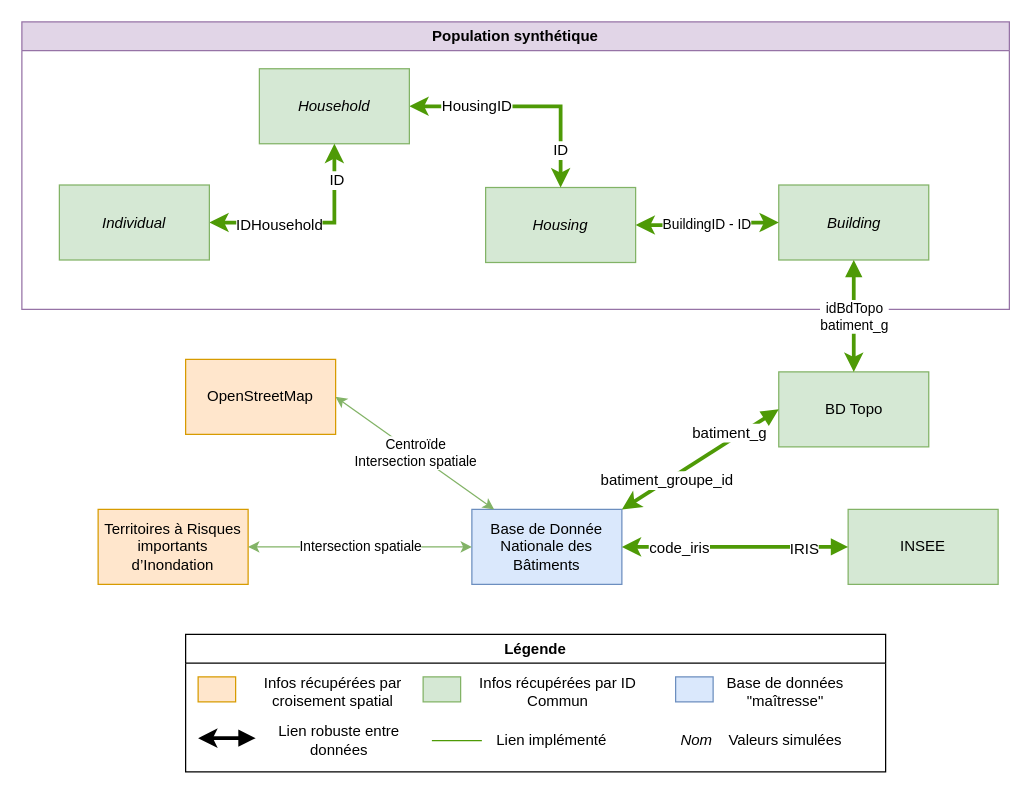
The draw.io diagram liens_entre_bases.drawio in EnzoVenon/Gemini_numeriques, before the edit. Source tidied: cells renumbered, new cells numbered last; positions are measured from the earlier drawing's top-left corner, leaving out a move shared by most shapes. Both pictures are drawn from the tidied source at 125%, with x=0, y=0 at pixel (21, 21).
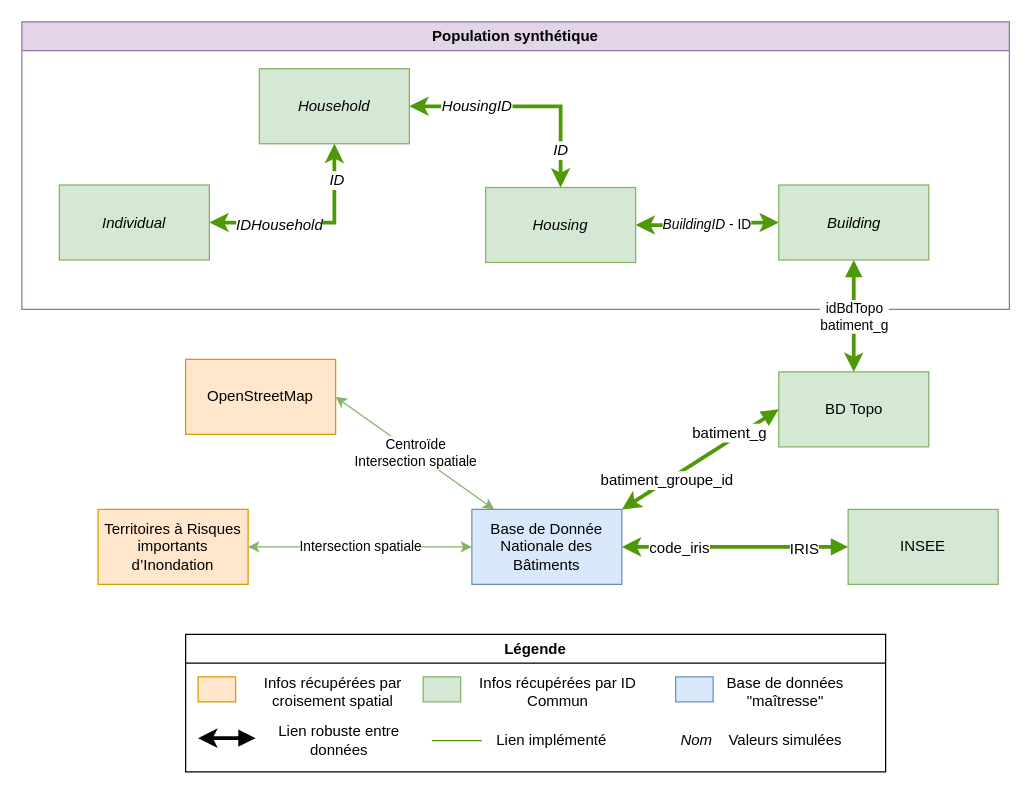
After the change.

Commit message:
change diagram for italic values

The change refers to these unchanged cells:
```xml
<mxCell id="11" value="Population synthétique" style="swimlane;whiteSpace=wrap;html=1;fillColor=#e1d5e7;strokeColor=#9673a6;" parent="1" vertex="1">
  <mxGeometry width="790" height="230" as="geometry" />
</mxCell>
<mxCell id="12" value="&lt;i&gt;Building&lt;/i&gt;" style="rounded=0;whiteSpace=wrap;html=1;fillColor=#d5e8d4;strokeColor=#82b366;" parent="11" vertex="1">
  <mxGeometry x="605.5" y="130.5" width="120" height="60" as="geometry" />
</mxCell>
<mxCell id="14" value="&lt;i&gt;Housing&lt;/i&gt;" style="rounded=0;whiteSpace=wrap;html=1;fillColor=#d5e8d4;strokeColor=#82b366;" parent="11" vertex="1">
  <mxGeometry x="371" y="132.5" width="120" height="60" as="geometry" />
</mxCell>
```

Change to the diagram source:
```diff
@@
-    <mxCell id="13" value="BuildingID - ID" style="edgeStyle=orthogonalEdgeStyle;rounded=0;jettySize=auto;html=1;exitX=1;exitY=0.5;exitDx=0;exitDy=0;entryX=0;entryY=0.5;entryDx=0;entryDy=0;strokeColor=#4E9A06;endArrow=classic;endFill=1;startArrow=classic;startFill=1;strokeWidth=3;" parent="11" edge="1" source="14" target="12">
+    <mxCell id="13" value="&lt;i&gt;BuildingID&lt;/i&gt; - ID" style="edgeStyle=orthogonalEdgeStyle;rounded=0;jettySize=auto;html=1;exitX=1;exitY=0.5;exitDx=0;exitDy=0;entryX=0;entryY=0.5;entryDx=0;entryDy=0;strokeColor=#4E9A06;endArrow=classic;endFill=1;startArrow=classic;startFill=1;strokeWidth=3;" parent="11" edge="1" source="14" target="12">
       <mxGeometry relative="1" as="geometry" />
     </mxCell>
@@
-    <mxCell id="19" value="&lt;div&gt;IDHousehold&lt;/div&gt;" style="text;html=1;align=center;verticalAlign=middle;strokeColor=none;fillColor=none;labelBackgroundColor=default;" parent="11" vertex="1">
+    <mxCell id="19" value="&lt;div&gt;&lt;i&gt;IDHousehold&lt;/i&gt;&lt;/div&gt;" style="text;html=1;align=center;verticalAlign=middle;strokeColor=none;fillColor=none;labelBackgroundColor=default;" parent="11" vertex="1">
       <mxGeometry x="161" y="147.5" width="90" height="30" as="geometry" />
     </mxCell>
-    <mxCell id="20" value="HousingID" style="text;html=1;align=center;verticalAlign=middle;strokeColor=none;fillColor=none;labelBackgroundColor=default;" parent="11" vertex="1">
+    <mxCell id="20" value="&lt;i&gt;HousingID&lt;/i&gt;" style="text;html=1;align=center;verticalAlign=middle;strokeColor=none;fillColor=none;labelBackgroundColor=default;" parent="11" vertex="1">
       <mxGeometry x="324" y="52.5" width="80" height="30" as="geometry" />
     </mxCell>
-    <mxCell id="21" value="ID" style="text;html=1;align=center;verticalAlign=middle;strokeColor=none;fillColor=none;labelBackgroundColor=default;" parent="11" vertex="1">
+    <mxCell id="21" value="&lt;i&gt;ID&lt;/i&gt;" style="text;html=1;align=center;verticalAlign=middle;strokeColor=none;fillColor=none;labelBackgroundColor=default;" parent="11" vertex="1">
       <mxGeometry x="411" y="87.5" width="40" height="30" as="geometry" />
     </mxCell>
@@
-    <mxCell id="36" value="ID" style="text;html=1;align=center;verticalAlign=middle;strokeColor=none;fillColor=none;labelBackgroundColor=default;" parent="1" vertex="1">
+    <mxCell id="36" value="&lt;i&gt;ID&lt;/i&gt;" style="text;html=1;align=center;verticalAlign=middle;strokeColor=none;fillColor=none;labelBackgroundColor=default;" parent="1" vertex="1">
       <mxGeometry x="232" y="111.5" width="40" height="30" as="geometry" />
     </mxCell>
```
